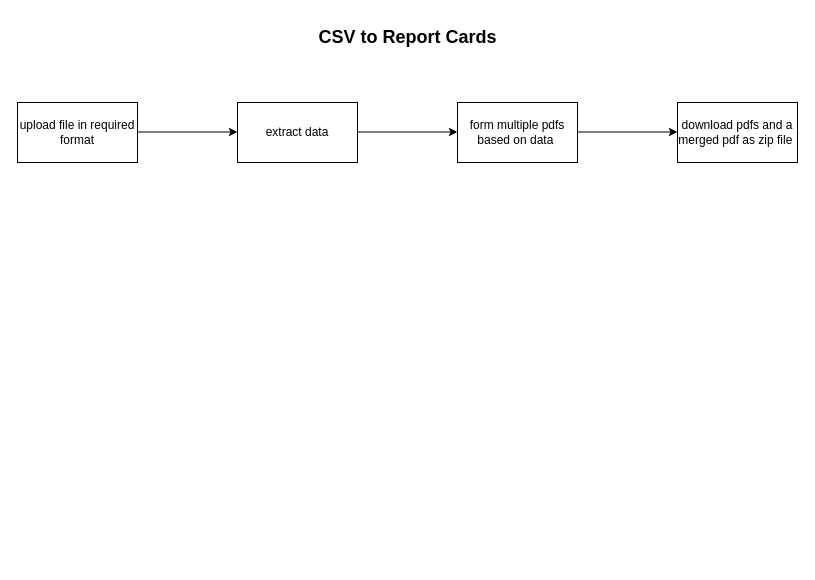
Above: csv to report.drawio in vs704vs/Architecture-Diagrams (draw.io), before the change. Source tidied: cells renumbered, new cells numbered last; positions are measured from the earlier drawing's top-left corner, leaving out a move shared by most shapes. Both pictures are drawn from the tidied source at 100%, with x=0, y=0 at pixel (17, 17).
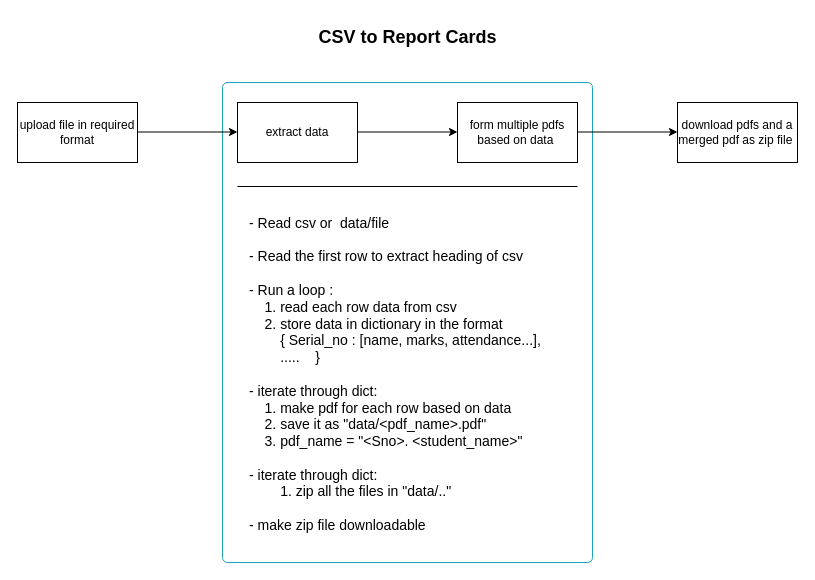
After the change.

Diff of the diagram source:
```diff
@@
 <mxGraphModel>
   <root>
     <mxCell id="0" />
     <mxCell id="1" parent="0" />
+    <mxCell id="10" style="html=1;shadow=0;dashed=0;shape=mxgraph.bootstrap.rrect;rSize=5;strokeColor=#1CA5B8;strokeWidth=1;fillColor=none;fontColor=#1CA5B8;whiteSpace=wrap;align=center;verticalAlign=middle;spacingLeft=0;fontStyle=0;fontSize=16;spacing=5;" parent="1" vertex="1">
+      <mxGeometry x="205" y="65" width="370" height="480" as="geometry" />
+    </mxCell>
     <mxCell id="2" value="&lt;font style=&quot;font-size: 18px;&quot;&gt;&lt;b style=&quot;&quot;&gt;CSV to Report Cards&lt;/b&gt;&lt;/font&gt;" style="text;html=1;align=center;verticalAlign=middle;strokeColor=none;fillColor=none;" parent="1" vertex="1">
       <mxGeometry x="290" width="200" height="40" as="geometry" />
     </mxCell>
     <mxCell id="3" value="upload file in required format" style="whiteSpace=wrap;html=1;" parent="1" vertex="1">
       <mxGeometry y="85" width="120" height="60" as="geometry" />
     </mxCell>
     <mxCell id="4" style="edgeStyle=none;orthogonalLoop=1;jettySize=auto;html=1;rounded=0;" parent="1" edge="1">
       <mxGeometry relative="1" as="geometry">
         <mxPoint x="120" y="114.5" as="sourcePoint" />
         <mxPoint x="220" y="114.5" as="targetPoint" />
       </mxGeometry>
     </mxCell>
     <mxCell id="5" value="extract data" style="whiteSpace=wrap;html=1;" parent="1" vertex="1">
       <mxGeometry x="220" y="85" width="120" height="60" as="geometry" />
     </mxCell>
     <mxCell id="6" style="edgeStyle=none;orthogonalLoop=1;jettySize=auto;html=1;rounded=0;" parent="1" edge="1">
       <mxGeometry relative="1" as="geometry">
         <mxPoint x="340" y="114.5" as="sourcePoint" />
         <mxPoint x="440" y="114.5" as="targetPoint" />
       </mxGeometry>
     </mxCell>
     <mxCell id="7" value="form multiple pdfs based on data&amp;nbsp;" style="whiteSpace=wrap;html=1;" parent="1" vertex="1">
       <mxGeometry x="440" y="85" width="120" height="60" as="geometry" />
     </mxCell>
+    <mxCell id="11" value="&lt;font style=&quot;font-size: 14px;&quot;&gt;&lt;br&gt;&lt;br&gt;- Read csv or&amp;nbsp; data/file&lt;br&gt;&lt;br&gt;- Read the first row to extract heading of csv&lt;br&gt;&lt;br&gt;- Run a loop :&lt;br&gt;&lt;span style=&quot;&quot;&gt;&lt;span style=&quot;&quot;&gt;&lt;span style=&quot;white-space: pre;&quot;&gt;&amp;nbsp;&amp;nbsp;&amp;nbsp;&amp;nbsp;&lt;/span&gt;&lt;/span&gt;1. read each row data from csv&lt;br&gt;&lt;span style=&quot;&quot;&gt;&lt;span style=&quot;white-space: pre;&quot;&gt;&amp;nbsp;&amp;nbsp;&amp;nbsp;&amp;nbsp;&lt;/span&gt;&lt;/span&gt;2. store data in dictionary in the format&lt;br&gt;&lt;/span&gt;&lt;span style=&quot;&quot;&gt;&lt;span style=&quot;white-space: pre;&quot;&gt;&amp;nbsp;&amp;nbsp;&amp;nbsp;&amp;nbsp;&lt;/span&gt;&lt;/span&gt;&lt;span style=&quot;&quot;&gt;&lt;span style=&quot;white-space: pre;&quot;&gt;&amp;nbsp;&amp;nbsp;&amp;nbsp;&amp;nbsp;&lt;/span&gt;&lt;/span&gt;{ Serial_no : [name, marks, attendance...],&lt;br&gt;&lt;span style=&quot;&quot;&gt;&lt;span style=&quot;white-space: pre;&quot;&gt;&amp;nbsp;&amp;nbsp;&amp;nbsp;&amp;nbsp;&lt;/span&gt;&lt;/span&gt;&lt;span style=&quot;&quot;&gt;&lt;span style=&quot;white-space: pre;&quot;&gt;&amp;nbsp;&amp;nbsp;&amp;nbsp;&amp;nbsp;&lt;/span&gt;&lt;/span&gt;.....&lt;span style=&quot;&quot;&gt;&lt;span style=&quot;white-space: pre;&quot;&gt;&amp;nbsp;&amp;nbsp;&amp;nbsp;&amp;nbsp;&lt;/span&gt;&lt;/span&gt;}&amp;nbsp;&lt;br&gt;&lt;br&gt;- iterate through dict:&lt;br&gt;&lt;span style=&quot;&quot;&gt;&lt;span style=&quot;white-space: pre;&quot;&gt;&amp;nbsp;&amp;nbsp;&amp;nbsp;&amp;nbsp;&lt;/span&gt;&lt;/span&gt;1. make pdf for each row based on data&lt;br&gt;&lt;span style=&quot;&quot;&gt;&lt;span style=&quot;white-space: pre;&quot;&gt;&amp;nbsp;&amp;nbsp;&amp;nbsp;&amp;nbsp;&lt;/span&gt;&lt;/span&gt;2. save it as &quot;data/&amp;lt;pdf_name&amp;gt;.pdf&quot;&lt;br&gt;&lt;span style=&quot;&quot;&gt;&lt;span style=&quot;white-space: pre;&quot;&gt;&amp;nbsp;&amp;nbsp;&amp;nbsp;&amp;nbsp;&lt;/span&gt;&lt;/span&gt;3. pdf_name = &quot;&amp;lt;Sno&amp;gt;. &amp;lt;student_name&amp;gt;&quot;&lt;br&gt;&lt;br&gt;- iterate through dict:&lt;br&gt;&lt;span style=&quot;white-space: pre;&quot;&gt;&#9;&lt;/span&gt;1. zip all the files in &quot;data/..&quot;&lt;br&gt;&lt;br&gt;- make zip file downloadable&lt;br&gt;&lt;/font&gt;" style="text;html=1;align=left;verticalAlign=middle;strokeColor=none;fillColor=none;" parent="1" vertex="1">
+      <mxGeometry x="230" y="155" width="320" height="370" as="geometry" />
+    </mxCell>
     <mxCell id="8" style="edgeStyle=none;orthogonalLoop=1;jettySize=auto;html=1;rounded=0;" parent="1" edge="1">
       <mxGeometry relative="1" as="geometry">
         <mxPoint x="560" y="114.5" as="sourcePoint" />
         <mxPoint x="660" y="114.5" as="targetPoint" />
       </mxGeometry>
     </mxCell>
     <mxCell id="9" value="download pdfs and a merged pdf as zip file&amp;nbsp;" style="whiteSpace=wrap;html=1;" parent="1" vertex="1">
       <mxGeometry x="660" y="85" width="120" height="60" as="geometry" />
     </mxCell>
+    <mxCell id="12" style="line;strokeWidth=1;fillColor=none;align=left;verticalAlign=middle;spacingTop=-1;spacingLeft=3;spacingRight=3;labelPosition=right;strokeColor=inherit;" parent="1" vertex="1">
+      <mxGeometry x="220" y="165" width="340" height="8" as="geometry" />
+    </mxCell>
   </root>
 </mxGraphModel>
```
